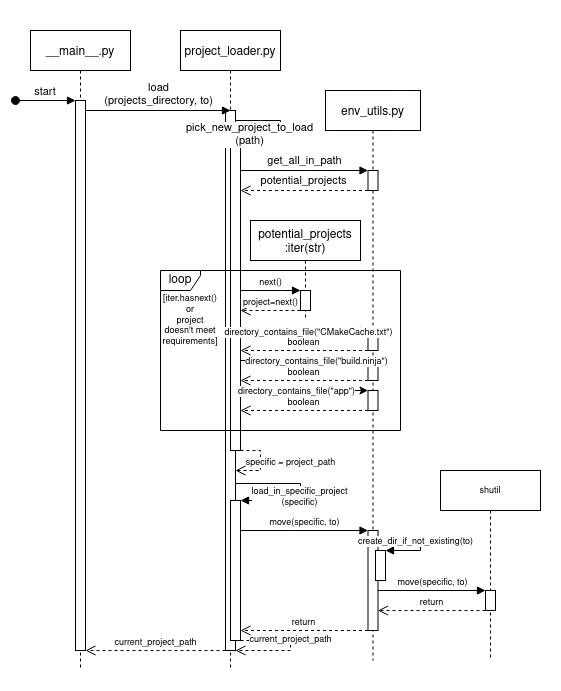
Before: project_loader.drawio.png, a diagram exported from draw.io (But-Better/FlashOutsider). Source tidied: cells renumbered, new cells last; positions are measured from the earlier drawing's top-left corner, leaving out a move shared by most shapes.
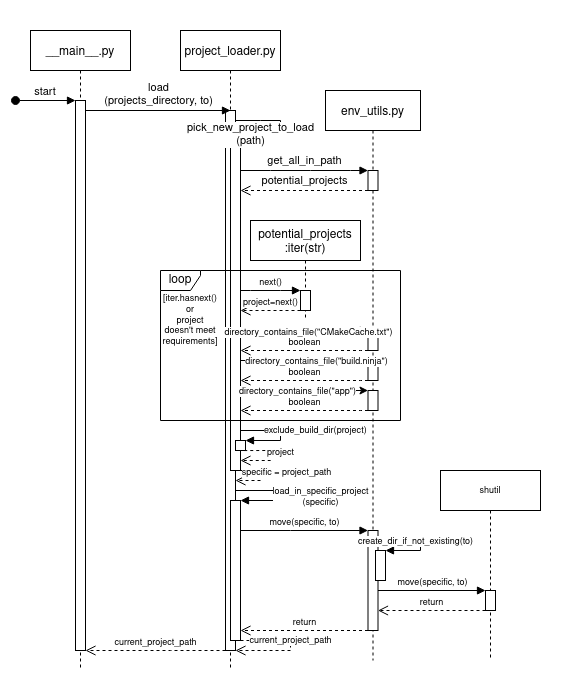
Later version of the same file.

Diff of the diagram source:
```diff
@@ -20,7 +20,7 @@
       <mxGeometry x="45" y="80" width="10" height="540" as="geometry" />
     </mxCell>
     <mxCell id="7" style="html=1;points=[];perimeter=orthogonalPerimeter;" parent="5" vertex="1">
-      <mxGeometry x="50" y="100" width="10" height="320" as="geometry" />
+      <mxGeometry x="50" y="100" width="10" height="340" as="geometry" />
     </mxCell>
     <mxCell id="8" value="&lt;div&gt;pick_new_project_to_load&lt;/div&gt;&lt;div&gt;(path)&lt;/div&gt;" style="html=1;verticalAlign=bottom;endArrow=block;rounded=0;" parent="5" edge="1" source="6" target="7">
       <mxGeometry x="0.79" y="20" relative="1" as="geometry">
@@ -34,8 +34,9 @@
     <mxCell id="9" value="specific = project_path" style="html=1;verticalAlign=bottom;endArrow=open;dashed=1;endSize=8;rounded=0;fontSize=9;" parent="5" edge="1" source="7" target="6">
       <mxGeometry x="0.23" y="-30" relative="1" as="geometry">
         <Array as="points">
-          <mxPoint x="80" y="420" />
+          <mxPoint x="70" y="440" />
           <mxPoint x="80" y="440" />
+          <mxPoint x="80" y="450" />
         </Array>
         <mxPoint x="30" y="30" as="offset" />
       </mxGeometry>
@@ -44,11 +45,12 @@
       <mxGeometry x="50" y="470" width="10" height="140" as="geometry" />
     </mxCell>
     <mxCell id="11" value="&lt;div&gt;load_in_specific_project&lt;/div&gt;(specific)" style="html=1;verticalAlign=bottom;endArrow=block;rounded=0;fontSize=9;" parent="5" edge="1" source="6" target="10">
-      <mxGeometry x="0.16" y="10" relative="1" as="geometry">
+      <mxGeometry x="0.11" y="22" relative="1" as="geometry">
         <Array as="points">
-          <mxPoint x="120" y="453" />
+          <mxPoint x="120" y="460" />
           <mxPoint x="120" y="470" />
         </Array>
+        <mxPoint x="20" y="-12" as="offset" />
       </mxGeometry>
     </mxCell>
     <mxCell id="12" value="current_project_path" style="html=1;verticalAlign=bottom;endArrow=open;dashed=1;endSize=8;rounded=0;fontSize=9;" parent="5" edge="1" source="10" target="6">
@@ -59,6 +61,26 @@
         </Array>
       </mxGeometry>
     </mxCell>
+    <mxCell id="48" style="html=1;points=[];perimeter=orthogonalPerimeter;fontSize=9;fillColor=default;" parent="5" vertex="1">
+      <mxGeometry x="55" y="410" width="10" height="10" as="geometry" />
+    </mxCell>
+    <mxCell id="49" value="exclude_build_dir(project)" style="edgeStyle=orthogonalEdgeStyle;html=1;align=left;spacingLeft=2;endArrow=block;rounded=0;fontSize=9;" parent="5" edge="1" source="7" target="48">
+      <mxGeometry x="-0.53" relative="1" as="geometry">
+        <Array as="points">
+          <mxPoint x="100" y="400" />
+          <mxPoint x="100" y="410" />
+        </Array>
+      </mxGeometry>
+    </mxCell>
+    <mxCell id="50" value="project" style="html=1;verticalAlign=bottom;endArrow=open;dashed=1;endSize=8;rounded=0;fontSize=9;exitX=0.874;exitY=1.006;exitDx=0;exitDy=0;exitPerimeter=0;" parent="5" edge="1" source="48" target="7">
+      <mxGeometry x="0.09" y="-10" relative="1" as="geometry">
+        <Array as="points">
+          <mxPoint x="90" y="420" />
+          <mxPoint x="90" y="430" />
+        </Array>
+        <mxPoint x="10" y="10" as="offset" />
+      </mxGeometry>
+    </mxCell>
     <mxCell id="13" value="&lt;div&gt;load&lt;/div&gt;&lt;div&gt;(projects_directory, to)&lt;br&gt;&lt;/div&gt;" style="html=1;verticalAlign=bottom;endArrow=block;rounded=0;" parent="1" edge="1" source="3">
       <mxGeometry relative="1" as="geometry">
         <mxPoint x="230" y="110" as="targetPoint" />
@@ -161,7 +183,7 @@
       <mxGeometry x="50" y="70" width="10" height="20" as="geometry" />
     </mxCell>
     <mxCell id="33" value="&lt;font style=&quot;font-size: 12px&quot;&gt;loop&lt;/font&gt;" style="shape=umlFrame;whiteSpace=wrap;html=1;width=40;height=20;" parent="1" vertex="1">
-      <mxGeometry x="160" y="270" width="240" height="160" as="geometry" />
+      <mxGeometry x="160" y="270" width="240" height="150" as="geometry" />
     </mxCell>
     <mxCell id="34" value="project=next()" style="html=1;verticalAlign=bottom;endArrow=open;dashed=1;endSize=8;rounded=0;fontSize=9;exitX=0;exitY=1;exitDx=0;exitDy=0;exitPerimeter=0;" parent="1" edge="1" source="32" target="7">
       <mxGeometry relative="1" as="geometry" />
@@ -232,8 +254,8 @@
         </Array>
       </mxGeometry>
     </mxCell>
-    <mxCell id="47" style="rounded=0;whiteSpace=wrap;html=1;fontSize=9;fillColor=none;strokeColor=none;" parent="1" vertex="1">
-      <mxGeometry width="560" height="690" as="geometry" />
-    </mxCell>
+    <mxCell id="51" style="rounded=0;whiteSpace=wrap;html=1;fontSize=9;fillColor=none;strokeColor=none;" parent="1" vertex="1">
+      <mxGeometry width="560" height="680" as="geometry" />
+    </mxCell>
   </root>
 </mxGraphModel>
```
